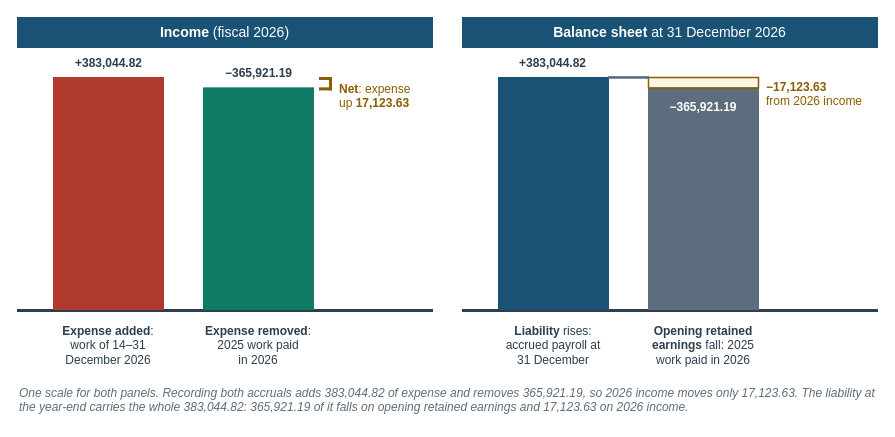
Earlier version of the draw.io diagram facts/instructor/figures/case-part-3/IF-C3-5-A.drawio (mmcodesso/Accounting_Analytics_Book). Source tidied: cells renumbered, new cells numbered last; positions are measured from the earlier drawing's top-left corner, leaving out a move shared by most shapes. Both pictures are drawn from the tidied source at 100%, with x=0, y=0 at pixel (17, 17).
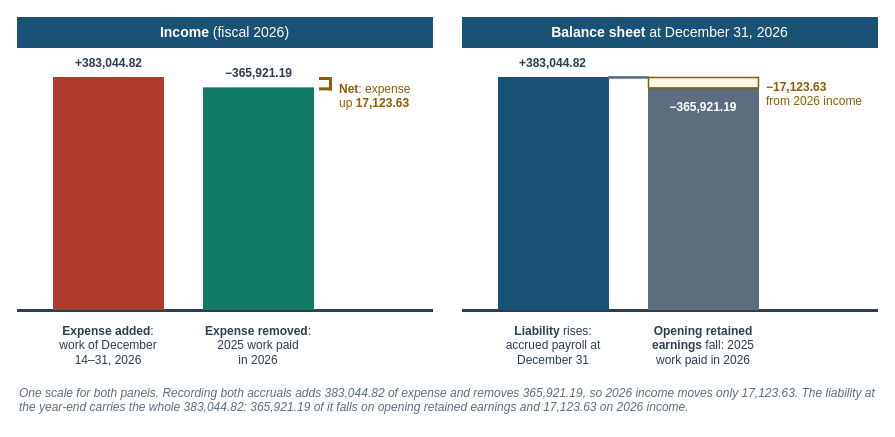
Above is the later version.

What changed in the source:
```diff
@@
-    <mxCell id="5" value="&lt;b&gt;Balance sheet&lt;/b&gt; at 31 December 2026" style="rounded=0;arcSize=6;whiteSpace=wrap;html=1;fillColor=#1A5276;strokeColor=#1A5276;strokeWidth=1;fontColor=#FFFFFF;fontSize=14;fontStyle=0;align=center;verticalAlign=middle;fontFamily=Helvetica;spacingLeft=6;spacingRight=6;" parent="1" vertex="1">
+    <mxCell id="5" value="&lt;b&gt;Balance sheet&lt;/b&gt; at December 31, 2026" style="rounded=0;arcSize=6;whiteSpace=wrap;html=1;fillColor=#1A5276;strokeColor=#1A5276;strokeWidth=1;fontColor=#FFFFFF;fontSize=14;fontStyle=0;align=center;verticalAlign=middle;fontFamily=Helvetica;spacingLeft=6;spacingRight=6;" parent="1" vertex="1">
       <mxGeometry x="445" width="415" height="30" as="geometry" />
     </mxCell>
@@
-    <mxCell id="9" value="&lt;b&gt;Expense added&lt;/b&gt;:&lt;br&gt;work of 14–31&lt;br&gt;December 2026" style="text;html=1;whiteSpace=wrap;align=center;verticalAlign=top;fontSize=12;fontColor=#2C3E50;fontStyle=0;fontFamily=Helvetica;spacing=2;fillColor=none;strokeColor=none;" parent="1" vertex="1">
+    <mxCell id="9" value="&lt;b&gt;Expense added&lt;/b&gt;:&lt;br&gt;work of December&lt;br&gt;14–31, 2026" style="text;html=1;whiteSpace=wrap;align=center;verticalAlign=top;fontSize=12;fontColor=#2C3E50;fontStyle=0;fontFamily=Helvetica;spacing=2;fillColor=none;strokeColor=none;" parent="1" vertex="1">
       <mxGeometry x="13" y="300" width="156" height="52" as="geometry" />
     </mxCell>
@@
-    <mxCell id="19" value="&lt;b&gt;Liability&lt;/b&gt; rises:&lt;br&gt;accrued payroll at&lt;br&gt;31 December" style="text;html=1;whiteSpace=wrap;align=center;verticalAlign=top;fontSize=12;fontColor=#2C3E50;fontStyle=0;fontFamily=Helvetica;spacing=2;fillColor=none;strokeColor=none;" parent="1" vertex="1">
+    <mxCell id="19" value="&lt;b&gt;Liability&lt;/b&gt; rises:&lt;br&gt;accrued payroll at&lt;br&gt;December 31" style="text;html=1;whiteSpace=wrap;align=center;verticalAlign=top;fontSize=12;fontColor=#2C3E50;fontStyle=0;fontFamily=Helvetica;spacing=2;fillColor=none;strokeColor=none;" parent="1" vertex="1">
       <mxGeometry x="458" y="300" width="156" height="52" as="geometry" />
     </mxCell>
```
